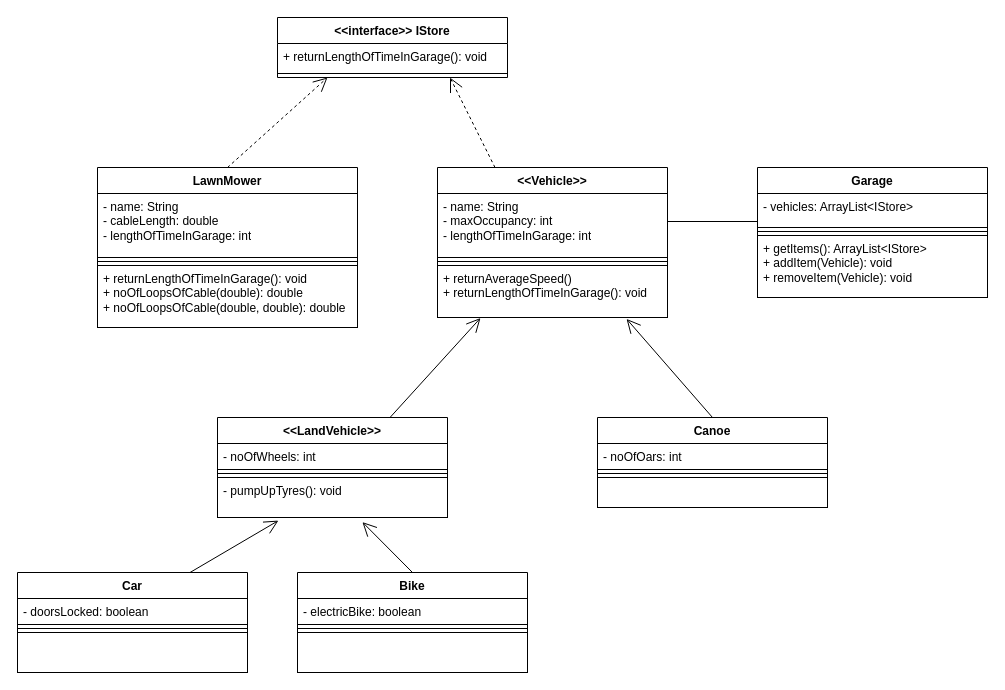
The draw.io diagram PolymorphismUMLFinal.drawio in H8S8/PolymorphismLab, before the edit. Source tidied: cells renumbered, new cells numbered last; positions are measured from the earlier drawing's top-left corner, leaving out a move shared by most shapes. Both pictures are drawn from the tidied source at 100%, with x=0, y=0 at pixel (17, 17).
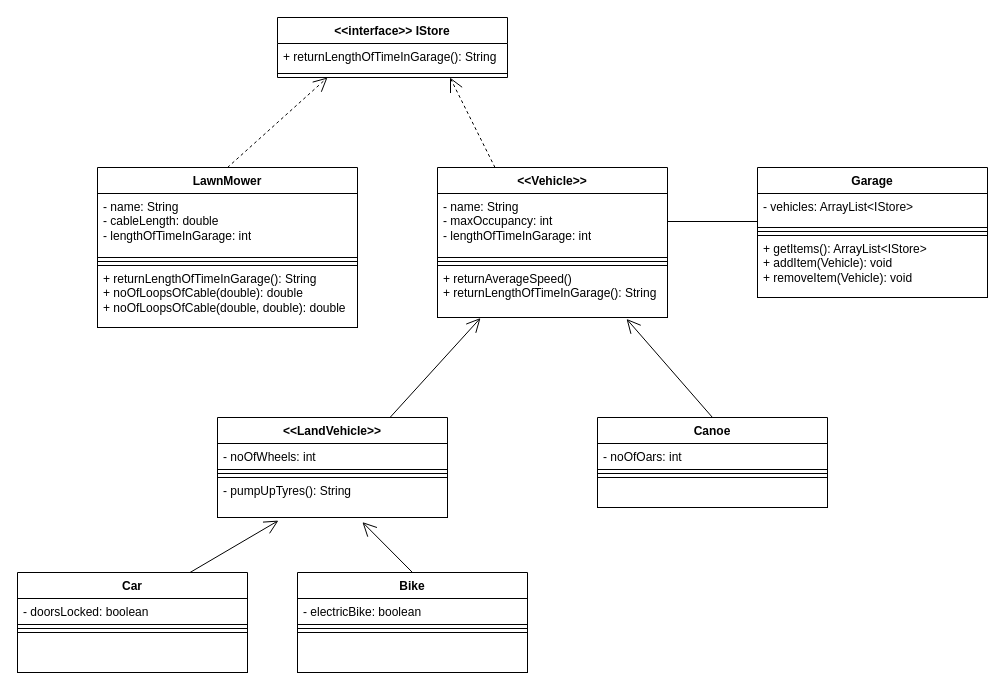
Above is the later version.

The change refers to these unchanged cells:
```xml
<mxCell id="2" value="&amp;lt;&amp;lt;Vehicle&amp;gt;&amp;gt;" style="swimlane;fontStyle=1;align=center;verticalAlign=top;horizontal=1;startSize=26;whiteSpace=wrap;html=1;strokeColor=#000000;" parent="1" vertex="1">
  <mxGeometry x="420" y="150" width="230" height="150" as="geometry" />
</mxCell>
<mxCell id="21" value="&amp;lt;&amp;lt;LandVehicle&amp;gt;&amp;gt;" style="swimlane;fontStyle=1;align=center;verticalAlign=top;horizontal=1;startSize=26;whiteSpace=wrap;html=1;strokeColor=#000000;" parent="1" vertex="1">
  <mxGeometry x="200" y="400" width="230" height="100" as="geometry" />
</mxCell>
<mxCell id="31" value="LawnMower" style="swimlane;fontStyle=1;align=center;verticalAlign=top;horizontal=1;startSize=26;whiteSpace=wrap;html=1;strokeColor=#000000;" parent="1" vertex="1">
  <mxGeometry x="80" y="150" width="260" height="160" as="geometry" />
</mxCell>
<mxCell id="35" value="&amp;lt;&amp;lt;interface&amp;gt;&amp;gt; IStore" style="swimlane;fontStyle=1;align=center;verticalAlign=top;horizontal=1;startSize=26;whiteSpace=wrap;html=1;" parent="1" vertex="1">
  <mxGeometry x="260" width="230" height="60" as="geometry" />
</mxCell>
```

What changed in the source:
```diff
@@
-    <mxCell id="5" value="+ returnAverageSpeed()&lt;br&gt;+ returnLengthOfTimeInGarage(): void" style="text;strokeColor=#000000;fillColor=none;align=left;verticalAlign=top;spacingLeft=4;spacingRight=4;overflow=hidden;points=[[0,0.5],[1,0.5]];portConstraint=eastwest;whiteSpace=wrap;html=1;" parent="2" vertex="1">
+    <mxCell id="5" value="+ returnAverageSpeed()&lt;br&gt;+ returnLengthOfTimeInGarage(): String" style="text;strokeColor=#000000;fillColor=none;align=left;verticalAlign=top;spacingLeft=4;spacingRight=4;overflow=hidden;points=[[0,0.5],[1,0.5]];portConstraint=eastwest;whiteSpace=wrap;html=1;" parent="2" vertex="1">
       <mxGeometry y="98" width="230" height="52" as="geometry" />
     </mxCell>
@@
-    <mxCell id="24" value="- pumpUpTyres(): void" style="text;strokeColor=#000000;fillColor=none;align=left;verticalAlign=top;spacingLeft=4;spacingRight=4;overflow=hidden;points=[[0,0.5],[1,0.5]];portConstraint=eastwest;whiteSpace=wrap;html=1;" parent="21" vertex="1">
+    <mxCell id="24" value="- pumpUpTyres(): String" style="text;strokeColor=#000000;fillColor=none;align=left;verticalAlign=top;spacingLeft=4;spacingRight=4;overflow=hidden;points=[[0,0.5],[1,0.5]];portConstraint=eastwest;whiteSpace=wrap;html=1;" parent="21" vertex="1">
       <mxGeometry y="60" width="230" height="40" as="geometry" />
     </mxCell>
@@
-    <mxCell id="34" value="+ returnLengthOfTimeInGarage(): void&lt;br&gt;+ noOfLoopsOfCable(double): double&lt;br&gt;+ noOfLoopsOfCable(double, double): double" style="text;strokeColor=#000000;fillColor=none;align=left;verticalAlign=top;spacingLeft=4;spacingRight=4;overflow=hidden;whiteSpace=wrap;html=1;" parent="31" vertex="1">
+    <mxCell id="34" value="+ returnLengthOfTimeInGarage(): String&lt;br&gt;+ noOfLoopsOfCable(double): double&lt;br&gt;+ noOfLoopsOfCable(double, double): double" style="text;strokeColor=#000000;fillColor=none;align=left;verticalAlign=top;spacingLeft=4;spacingRight=4;overflow=hidden;whiteSpace=wrap;html=1;" parent="31" vertex="1">
       <mxGeometry y="98" width="260" height="62" as="geometry" />
     </mxCell>
@@
-    <mxCell id="36" value="+ returnLengthOfTimeInGarage(): void" style="text;strokeColor=none;fillColor=none;align=left;verticalAlign=top;spacingLeft=4;spacingRight=4;overflow=hidden;whiteSpace=wrap;html=1;" parent="35" vertex="1">
+    <mxCell id="36" value="+ returnLengthOfTimeInGarage(): String" style="text;strokeColor=none;fillColor=none;align=left;verticalAlign=top;spacingLeft=4;spacingRight=4;overflow=hidden;whiteSpace=wrap;html=1;" parent="35" vertex="1">
       <mxGeometry y="26" width="230" height="26" as="geometry" />
     </mxCell>
```
